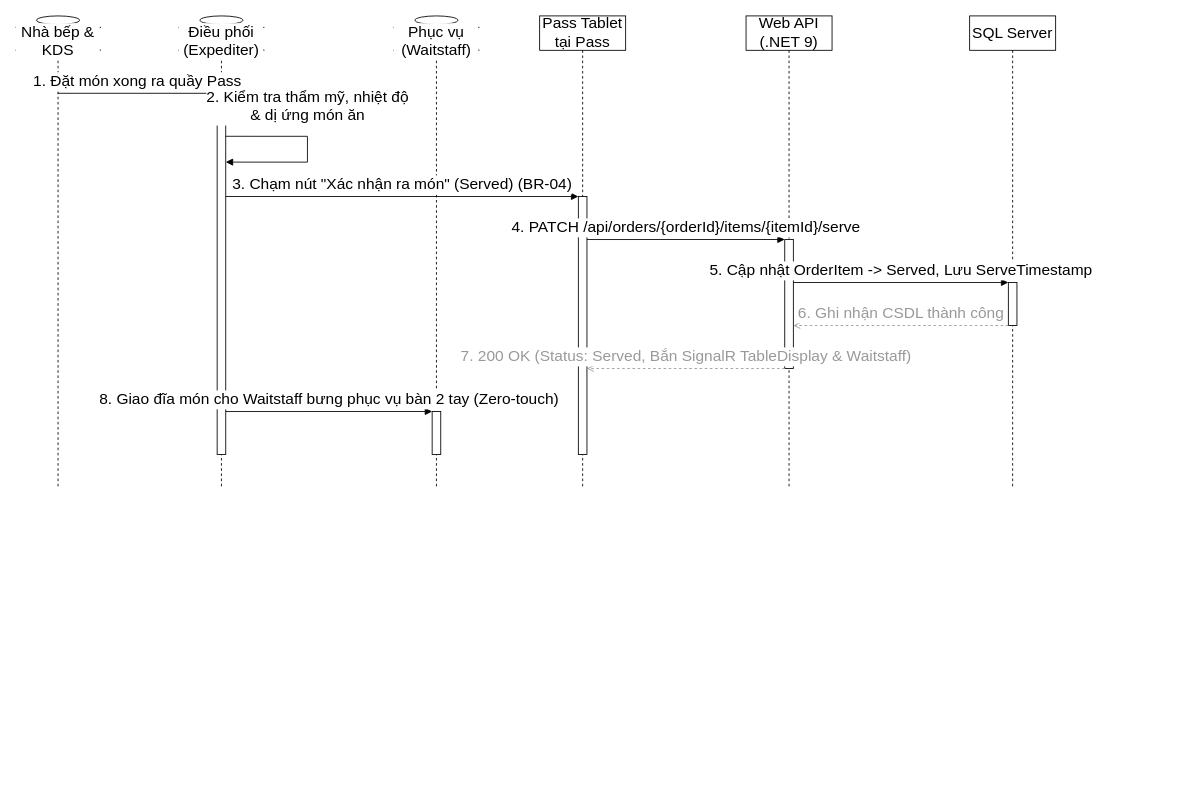
The draw.io diagram docs/phase1/drawio/sd03_serving_confirmation.drawio in AndrewQng/VinDining, before the edit. Source tidied: cells renumbered, new cells numbered last; positions are measured from the earlier drawing's top-left corner, leaving out a move shared by most shapes. Both pictures are drawn from the tidied source at 86%, with x=0, y=0 at pixel (15, 15).
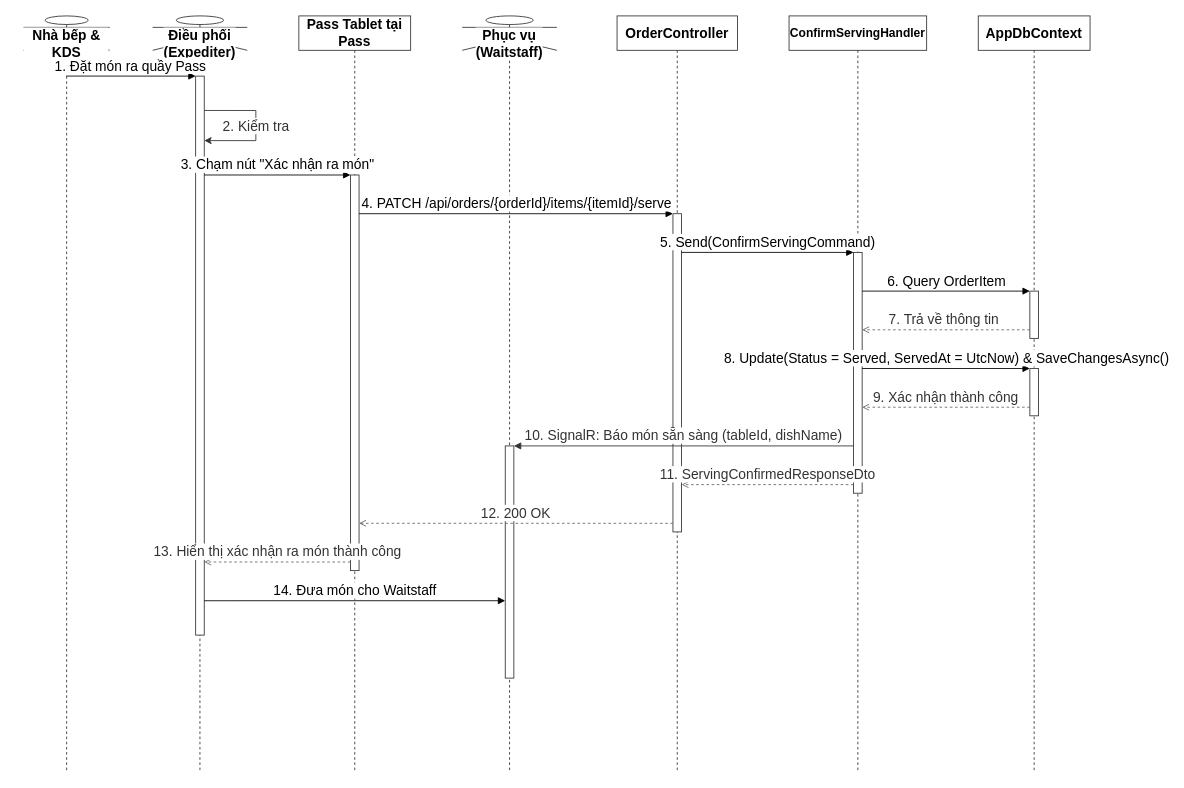
The same page after the edit.

What changed in the source:
```diff
@@
-    <mxCell id="2" value="Nhà bếp &amp;amp; KDS" style="shape=umlLifeline;perimeter=lifelinePerimeter;whiteSpace=wrap;html=1;outlineConnect=0;portConstraint=eastwest;size=40;participant=umlActor;verticalAlign=bottom;spacingBottom=-14;labelBackgroundColor=#ffffff;fontSize=18;" parent="1" vertex="1">
-      <mxGeometry width="100" height="550" as="geometry" />
+    <mxCell id="2" value="Nhà bếp &amp;amp; KDS" style="shape=umlLifeline;perimeter=lifelinePerimeter;whiteSpace=wrap;html=1;outlineConnect=0;portConstraint=eastwest;size=40;participant=umlActor;verticalAlign=bottom;spacingBottom=-14;labelBackgroundColor=#ffffff;fontSize=16;fontStyle=1;strokeColor=#333333;" parent="1" vertex="1">
+      <mxGeometry x="10" width="100" height="880" as="geometry" />
     </mxCell>
-    <mxCell id="3" value="Điều phối (Expediter)" style="shape=umlLifeline;perimeter=lifelinePerimeter;whiteSpace=wrap;html=1;size=40;participant=umlActor;verticalAlign=bottom;spacingBottom=-14;labelBackgroundColor=#ffffff;fontSize=18;" parent="1" vertex="1">
-      <mxGeometry x="190" width="100" height="550" as="geometry" />
+    <mxCell id="3" value="Điều phối&#10;(Expediter)" style="shape=umlLifeline;perimeter=lifelinePerimeter;whiteSpace=wrap;html=1;size=40;participant=umlActor;verticalAlign=bottom;spacingBottom=-14;labelBackgroundColor=#ffffff;fontSize=16;fontStyle=1;strokeColor=#333333;" parent="1" vertex="1">
+      <mxGeometry x="160" width="110" height="880" as="geometry" />
     </mxCell>
-    <mxCell id="4" style="html=1;points=[];perimeter=orthogonalPerimeter;outlineConnect=0;fillColor=#ffffff;fontSize=18;" parent="3" vertex="1">
-      <mxGeometry x="45" y="90" width="10" height="420" as="geometry" />
-    </mxCell>
+    <mxCell id="21" style="html=1;points=[];perimeter=orthogonalPerimeter;outlineConnect=0;fillColor=#ffffff;strokeColor=#333333;fontSize=16;" parent="3" vertex="1">
+      <mxGeometry x="50" y="70" width="10" height="650" as="geometry" />
+    </mxCell>
+    <mxCell id="7" value="Pass Tablet tại Pass" style="shape=umlLifeline;perimeter=lifelinePerimeter;whiteSpace=wrap;html=1;size=40;fontSize=16;fontStyle=1;fillColor=#ffffff;strokeColor=#333333;" parent="1" vertex="1">
+      <mxGeometry x="330" width="130" height="880" as="geometry" />
+    </mxCell>
+    <mxCell id="22" style="html=1;points=[];perimeter=orthogonalPerimeter;outlineConnect=0;fillColor=#ffffff;strokeColor=#333333;fontSize=16;" parent="7" vertex="1">
+      <mxGeometry x="60" y="185" width="10" height="460" as="geometry" />
+    </mxCell>
-    <mxCell id="5" value="Phục vụ (Waitstaff)" style="shape=umlLifeline;perimeter=lifelinePerimeter;whiteSpace=wrap;html=1;size=40;participant=umlActor;verticalAlign=bottom;spacingBottom=-14;labelBackgroundColor=#ffffff;fontSize=18;" parent="1" vertex="1">
-      <mxGeometry x="440" width="100" height="550" as="geometry" />
+    <mxCell id="5" value="Phục vụ&#10;(Waitstaff)" style="shape=umlLifeline;perimeter=lifelinePerimeter;whiteSpace=wrap;html=1;size=40;participant=umlActor;verticalAlign=bottom;spacingBottom=-14;labelBackgroundColor=#ffffff;fontSize=16;fontStyle=1;strokeColor=#333333;" parent="1" vertex="1">
+      <mxGeometry x="520" width="110" height="880" as="geometry" />
     </mxCell>
-    <mxCell id="6" style="html=1;points=[];perimeter=orthogonalPerimeter;outlineConnect=0;fillColor=#ffffff;fontSize=18;" parent="5" vertex="1">
-      <mxGeometry x="45" y="460" width="10" height="50" as="geometry" />
-    </mxCell>
-    <mxCell id="7" value="Pass Tablet tại Pass" style="shape=umlLifeline;perimeter=lifelinePerimeter;whiteSpace=wrap;html=1;size=40;fontSize=18;" parent="1" vertex="1">
-      <mxGeometry x="610" width="100" height="550" as="geometry" />
-    </mxCell>
-    <mxCell id="8" style="html=1;points=[];perimeter=orthogonalPerimeter;outlineConnect=0;fillColor=#ffffff;fontSize=18;" parent="7" vertex="1">
-      <mxGeometry x="45" y="210" width="10" height="300" as="geometry" />
-    </mxCell>
-    <mxCell id="9" value="Web API (.NET 9)" style="shape=umlLifeline;perimeter=lifelinePerimeter;whiteSpace=wrap;html=1;size=40;fontSize=18;" parent="1" vertex="1">
-      <mxGeometry x="850" width="100" height="550" as="geometry" />
-    </mxCell>
-    <mxCell id="10" style="html=1;points=[];perimeter=orthogonalPerimeter;outlineConnect=0;fillColor=#ffffff;fontSize=18;" parent="9" vertex="1">
-      <mxGeometry x="45" y="260" width="10" height="150" as="geometry" />
-    </mxCell>
+    <mxCell id="23" style="html=1;points=[];perimeter=orthogonalPerimeter;outlineConnect=0;fillColor=#ffffff;strokeColor=#333333;fontSize=16;" parent="5" vertex="1">
+      <mxGeometry x="50" y="500" width="10" height="270" as="geometry" />
+    </mxCell>
+    <mxCell id="24" value="OrderController" style="shape=umlLifeline;perimeter=lifelinePerimeter;whiteSpace=wrap;html=1;size=40;fontSize=16;fontStyle=1;fillColor=#ffffff;strokeColor=#333333;" parent="1" vertex="1">
+      <mxGeometry x="700" width="140" height="880" as="geometry" />
+    </mxCell>
+    <mxCell id="25" style="html=1;points=[];perimeter=orthogonalPerimeter;outlineConnect=0;fillColor=#ffffff;strokeColor=#333333;fontSize=16;" parent="24" vertex="1">
+      <mxGeometry x="65" y="230" width="10" height="370" as="geometry" />
+    </mxCell>
+    <mxCell id="26" value="ConfirmServingHandler" style="shape=umlLifeline;perimeter=lifelinePerimeter;whiteSpace=wrap;html=1;size=40;fontSize=14;fontStyle=1;fillColor=#ffffff;strokeColor=#333333;" parent="1" vertex="1">
+      <mxGeometry x="900" width="160" height="880" as="geometry" />
+    </mxCell>
+    <mxCell id="27" style="html=1;points=[];perimeter=orthogonalPerimeter;outlineConnect=0;fillColor=#ffffff;strokeColor=#333333;fontSize=16;" parent="26" vertex="1">
+      <mxGeometry x="75" y="275" width="10" height="280" as="geometry" />
+    </mxCell>
-    <mxCell id="11" value="SQL Server" style="shape=umlLifeline;perimeter=lifelinePerimeter;whiteSpace=wrap;html=1;size=40;fontSize=18;" parent="1" vertex="1">
-      <mxGeometry x="1110" width="100" height="550" as="geometry" />
+    <mxCell id="11" value="AppDbContext" style="shape=umlLifeline;perimeter=lifelinePerimeter;whiteSpace=wrap;html=1;size=40;fontSize=16;fontStyle=1;fillColor=#ffffff;strokeColor=#333333;" parent="1" vertex="1">
+      <mxGeometry x="1120" width="130" height="880" as="geometry" />
     </mxCell>
-    <mxCell id="12" style="html=1;points=[];perimeter=orthogonalPerimeter;outlineConnect=0;fillColor=#ffffff;fontSize=18;" parent="11" vertex="1">
-      <mxGeometry x="45" y="310" width="10" height="50" as="geometry" />
-    </mxCell>
+    <mxCell id="28" style="html=1;points=[];perimeter=orthogonalPerimeter;outlineConnect=0;fillColor=#ffffff;strokeColor=#333333;fontSize=16;" parent="11" vertex="1">
+      <mxGeometry x="60" y="320" width="10" height="55" as="geometry" />
+    </mxCell>
+    <mxCell id="29" style="html=1;points=[];perimeter=orthogonalPerimeter;outlineConnect=0;fillColor=#ffffff;strokeColor=#333333;fontSize=16;" parent="11" vertex="1">
+      <mxGeometry x="60" y="410" width="10" height="55" as="geometry" />
+    </mxCell>
-    <mxCell id="13" value="1. Đặt món xong ra quầy Pass" style="html=1;verticalAlign=bottom;endArrow=block;curved=0;rounded=0;exitX=0.5;exitY=0.1636;entryX=0;entryY=0.0;fontSize=18;" parent="1" edge="1" source="2" target="4">
+    <mxCell id="13" value="1. Đặt món ra quầy Pass" style="html=1;verticalAlign=bottom;endArrow=block;curved=0;rounded=0;exitX=0.5;exitY=0.0795;entryX=0;entryY=0.0000;fontSize=16;" parent="1" edge="1" source="2" target="21">
       <mxGeometry relative="1" as="geometry" />
     </mxCell>
-    <mxCell id="14" value="2. Kiểm tra thẩm mỹ, nhiệt độ&lt;div&gt;&amp;amp; dị ứng món ăn&lt;/div&gt;" style="html=1;verticalAlign=bottom;endArrow=block;curved=0;rounded=0;exitX=1;exitY=0.119;entryX=1;entryY=0.1905;fontSize=18;" parent="1" edge="1" source="4" target="4">
-      <mxGeometry x="-0.14" y="10" relative="1" as="geometry">
+    <mxCell id="14" value="2. Kiểm tra" style="edgeStyle=orthogonalEdgeStyle;curved=0;rounded=0;html=1;exitX=1;exitY=0.0615;entryX=1;entryY=0.1154;strokeColor=#333333;fontColor=#333333;fontSize=16;" parent="1" edge="1" source="21" target="21">
+      <mxGeometry relative="1" as="geometry">
         <Array as="points">
-          <mxPoint x="340" y="140" />
-          <mxPoint x="340" y="170" />
+          <mxPoint x="280" y="110" />
+          <mxPoint x="280" y="145" />
         </Array>
-        <mxPoint x="-10" y="-10" as="offset" />
       </mxGeometry>
     </mxCell>
-    <mxCell id="15" value="3. Chạm nút &quot;Xác nhận ra món&quot; (Served) (BR-04)" style="html=1;verticalAlign=bottom;endArrow=block;curved=0;rounded=0;exitX=1;exitY=0.2857;entryX=0;entryY=0.0;fontSize=18;" parent="1" edge="1" source="4" target="8">
+    <mxCell id="15" value="3. Chạm nút &quot;Xác nhận ra món&quot;" style="html=1;verticalAlign=bottom;endArrow=block;curved=0;rounded=0;exitX=1;exitY=0.1769;entryX=0;entryY=0.0000;fontSize=16;" parent="1" edge="1" source="21" target="22">
       <mxGeometry relative="1" as="geometry" />
     </mxCell>
-    <mxCell id="16" value="4. PATCH /api/orders/{orderId}/items/{itemId}/serve" style="html=1;verticalAlign=bottom;endArrow=block;curved=0;rounded=0;exitX=1;exitY=0.1667;entryX=0;entryY=0.0;fontSize=18;" parent="1" edge="1" source="8" target="10">
+    <mxCell id="16" value="4. PATCH /api/orders/{orderId}/items/{itemId}/serve" style="html=1;verticalAlign=bottom;endArrow=block;curved=0;rounded=0;exitX=1;exitY=0.0978;entryX=0;entryY=0.0000;fontSize=16;" parent="1" edge="1" source="22" target="25">
       <mxGeometry relative="1" as="geometry" />
     </mxCell>
-    <mxCell id="17" value="5. Cập nhật OrderItem -&amp;gt; Served, Lưu ServeTimestamp" style="html=1;verticalAlign=bottom;endArrow=block;curved=0;rounded=0;exitX=1;exitY=0.3333;entryX=0;entryY=0.0;fontSize=18;" parent="1" edge="1" source="10" target="12">
+    <mxCell id="17" value="5. Send(ConfirmServingCommand)" style="html=1;verticalAlign=bottom;endArrow=block;curved=0;rounded=0;exitX=1;exitY=0.1216;entryX=0;entryY=0.0000;fontSize=16;" parent="1" edge="1" source="25" target="27">
       <mxGeometry relative="1" as="geometry" />
     </mxCell>
-    <mxCell id="18" value="6. Ghi nhận CSDL thành công" style="html=1;verticalAlign=bottom;endArrow=open;dashed=1;curved=0;rounded=0;strokeColor=#999999;fontColor=#999999;exitX=0;exitY=1.0;entryX=1;entryY=0.6667;fontSize=18;" parent="1" edge="1" source="12" target="10">
+    <mxCell id="18" value="6. Query OrderItem" style="html=1;verticalAlign=bottom;endArrow=block;curved=0;rounded=0;exitX=1;exitY=0.1607;entryX=0;entryY=0.0000;fontSize=16;" parent="1" edge="1" source="27" target="28">
       <mxGeometry relative="1" as="geometry" />
     </mxCell>
-    <mxCell id="19" value="7. 200 OK (Status: Served, Bắn SignalR TableDisplay &amp;amp; Waitstaff)" style="html=1;verticalAlign=bottom;endArrow=open;dashed=1;curved=0;rounded=0;strokeColor=#999999;fontColor=#999999;exitX=0;exitY=1.0;entryX=1;entryY=0.6667;fontSize=18;" parent="1" edge="1" source="10" target="8">
+    <mxCell id="19" value="7. Trả về thông tin&amp;nbsp;" style="html=1;verticalAlign=bottom;endArrow=open;dashed=1;curved=0;rounded=0;strokeColor=#666666;fontColor=#333333;exitX=0;exitY=0.8182;entryX=1;entryY=0.3214;fontSize=16;" parent="1" edge="1" source="28" target="27">
       <mxGeometry relative="1" as="geometry" />
     </mxCell>
-    <mxCell id="20" value="8. Giao đĩa món cho Waitstaff bưng phục vụ bàn 2 tay (Zero-touch)" style="html=1;verticalAlign=bottom;endArrow=block;curved=0;rounded=0;exitX=1;exitY=0.881;entryX=0;entryY=0.0;fontSize=18;" parent="1" edge="1" source="4" target="6">
+    <mxCell id="20" value="8. Update(Status = Served, ServedAt = UtcNow) &amp;amp; SaveChangesAsync()" style="html=1;verticalAlign=bottom;endArrow=block;curved=0;rounded=0;exitX=1;exitY=0.4821;entryX=0;entryY=0.0000;fontSize=16;" parent="1" edge="1" source="27" target="29">
       <mxGeometry relative="1" as="geometry" />
     </mxCell>
+    <mxCell id="30" value="9. Xác nhận thành công" style="html=1;verticalAlign=bottom;endArrow=open;dashed=1;curved=0;rounded=0;strokeColor=#666666;fontColor=#333333;exitX=0;exitY=0.8182;entryX=1;entryY=0.6429;fontSize=16;" parent="1" edge="1" source="29" target="27">
+      <mxGeometry relative="1" as="geometry" />
+    </mxCell>
+    <mxCell id="31" value="10. SignalR: Báo món sẵn sàng (tableId, dishName)" style="html=1;verticalAlign=bottom;endArrow=block;curved=0;rounded=0;strokeColor=#333333;fontColor=#333333;exitX=0;exitY=0.8036;entryX=1;entryY=0.0000;fontSize=16;" parent="1" edge="1" source="27" target="23">
+      <mxGeometry relative="1" as="geometry" />
+    </mxCell>
+    <mxCell id="32" value="11. ServingConfirmedResponseDto" style="html=1;verticalAlign=bottom;endArrow=open;dashed=1;curved=0;rounded=0;strokeColor=#666666;fontColor=#333333;exitX=0;exitY=0.9643;entryX=1;entryY=0.8514;fontSize=16;" parent="1" edge="1" source="27" target="25">
+      <mxGeometry relative="1" as="geometry" />
+    </mxCell>
+    <mxCell id="33" value="12. 200 OK" style="html=1;verticalAlign=bottom;endArrow=open;dashed=1;curved=0;rounded=0;strokeColor=#666666;fontColor=#333333;exitX=0;exitY=0.9730;entryX=1;entryY=0.8804;fontSize=16;" parent="1" edge="1" source="25" target="22">
+      <mxGeometry relative="1" as="geometry" />
+    </mxCell>
+    <mxCell id="34" value="13. Hiển thị xác nhận ra món thành công" style="html=1;verticalAlign=bottom;endArrow=open;dashed=1;curved=0;rounded=0;strokeColor=#666666;fontColor=#333333;exitX=0;exitY=0.9783;entryX=1;entryY=0.8692;fontSize=16;" parent="1" edge="1" source="22" target="21">
+      <mxGeometry relative="1" as="geometry" />
+    </mxCell>
+    <mxCell id="35" value="14. Đưa món cho Waitstaff" style="html=1;verticalAlign=bottom;endArrow=block;curved=0;rounded=0;exitX=1;exitY=0.9385;entryX=0;entryY=0.6667;fontSize=16;" parent="1" edge="1" source="21" target="23">
+      <mxGeometry relative="1" as="geometry" />
+    </mxCell>
```
